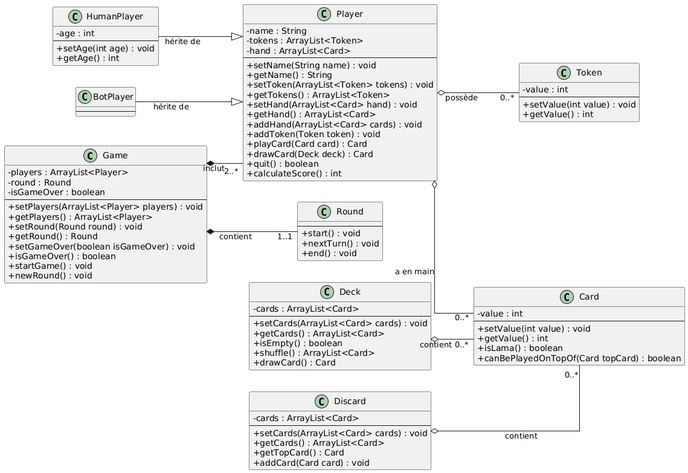
Earlier version of the PlantUML export my_uml.png (GeantCreeper/Mention-F). Source of this version:
```plantuml
@startuml
skinparam classAttributeIconSize 0
skinparam linetype ortho
left to right direction

class "Game" as Game {
  - players : ArrayList<Player>
  - round : Round
  - isGameOver : boolean
  --
  + setPlayers(ArrayList<Player> players) : void
  + getPlayers() : ArrayList<Player>
  + setRound(Round round) : void
  + getRound() : Round
  + setGameOver(boolean isGameOver) : void
  + isGameOver() : boolean
  + startGame() : void
  + newRound() : void
}

class "Player" as Player {
  - name : String
  - tokens : ArrayList<Token>
  - hand : ArrayList<Card>
  --
  + setName(String name) : void
  + getName() : String
  + setToken(ArrayList<Token> tokens) : void
  + getTokens() : ArrayList<Token>
  + setHand(ArrayList<Card> hand) : void
  + getHand() : ArrayList<Card>
  + addHand(ArrayList<Card> cards) : void
  + addToken(Token token) : void
  + playCard(Card card) : Card
  + drawCard(Deck deck) : Card
  + quit() : boolean
  + calculateScore() : int
}

class "Round" as Round {
  --
  + start() : void
  + nextTurn() : void
  + end() : void
}

class "HumanPlayer" as HumanPlayer {
  - age : int
  --
  + setAge(int age) : void
  + getAge() : int
}

class "BotPlayer" as BotPlayer {
  --
}

class "Card" as Card {
  - value : int
  --
  + setValue(int value) : void
  + getValue() : int
  + isLama() : boolean
  + canBePlayedOnTopOf(Card topCard) : boolean
}

class "Deck" as Deck {
  - cards : ArrayList<Card>
  --
  + setCards(ArrayList<Card> cards) : void
  + getCards() : ArrayList<Card>
  + isEmpty() : boolean
  + shuffle() : ArrayList<Card>
  + drawCard() : Card
}

class "Discard" as Discard {
  - cards : ArrayList<Card>
  --
  + setCards(ArrayList<Card> cards) : void
  + getCards() : ArrayList<Card>
  + getTopCard() : Card
  + addCard(Card card) : void
}

class "Token" as Token {
  - value : int
  --
  + setValue(int value) : void
  + getValue() : int
}


HumanPlayer --|> Player : "hérite de"
BotPlayer --|> Player : "hérite de"

Game *-- "1..1" Round : "contient"
Game *-- "2..*" Player : "inclut"

Player o-- "0..*" Card : "a en main"
Player o-- "0..*" Token : "possède"
Deck o-- "0..*" Card : "contient"
Discard o-- "0..*" Card : "contient"
@enduml
```
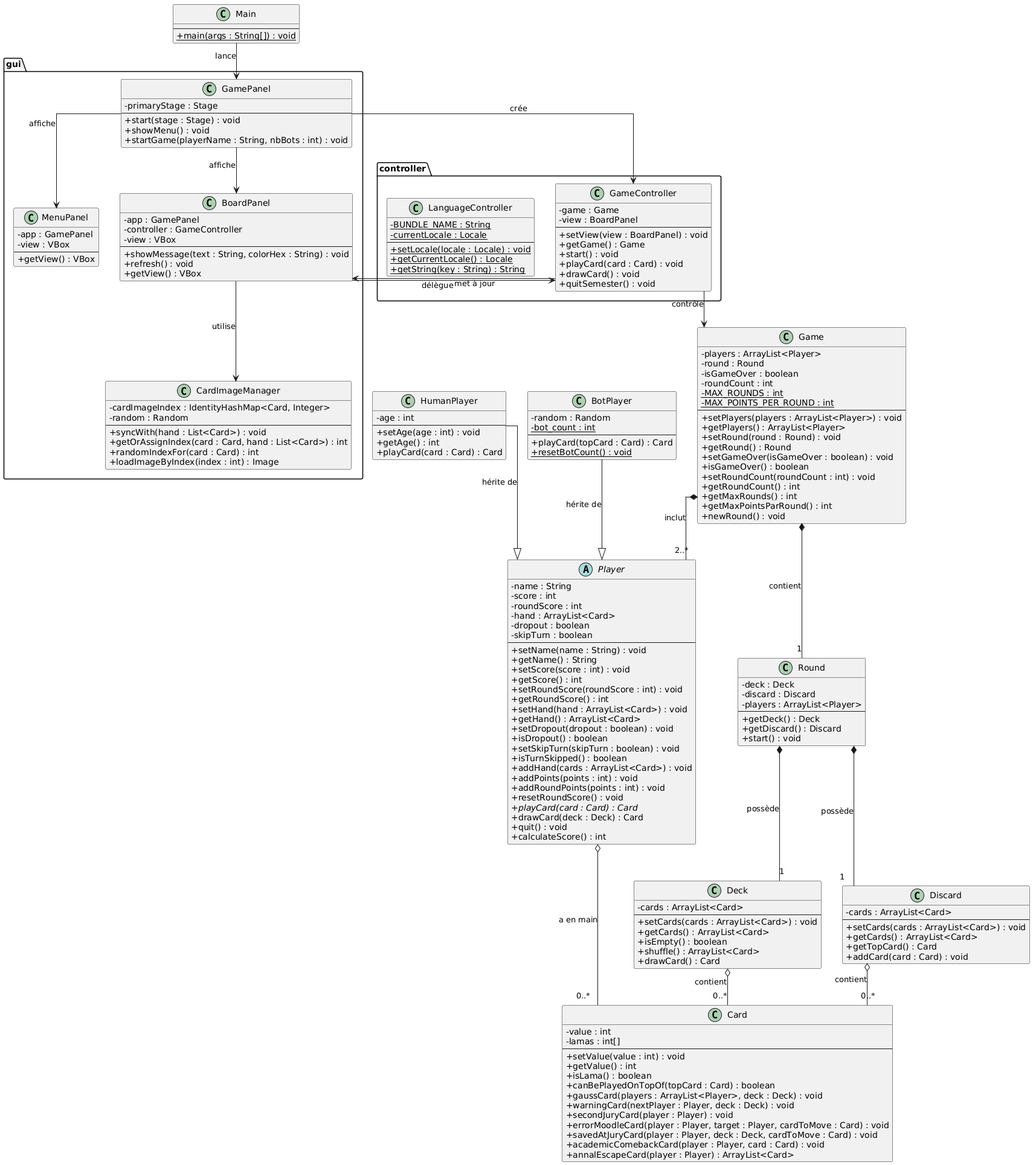
After the change.

Diff of the diagram source:
```diff
@@ -1,73 +1,106 @@
 @startuml
 skinparam classAttributeIconSize 0
 skinparam linetype ortho
-left to right direction
+top to bottom direction
+
+abstract class "Player" as Player {
+  - name : String
+  - score : int
+  - roundScore : int
+  - hand : ArrayList<Card>
+  - dropout : boolean
+  - skipTurn : boolean
+  --
+  + setName(name : String) : void
+  + getName() : String
+  + setScore(score : int) : void
+  + getScore() : int
+  + setRoundScore(roundScore : int) : void
+  + getRoundScore() : int
+  + setHand(hand : ArrayList<Card>) : void
+  + getHand() : ArrayList<Card>
+  + setDropout(dropout : boolean) : void
+  + isDropout() : boolean
+  + setSkipTurn(skipTurn : boolean) : void
+  + isTurnSkipped() : boolean
+  + addHand(cards : ArrayList<Card>) : void
+  + addPoints(points : int) : void
+  + addRoundPoints(points : int) : void
+  + resetRoundScore() : void
+  + {abstract} playCard(card : Card) : Card
+  + drawCard(deck : Deck) : Card
+  + quit() : void
+  + calculateScore() : int
+}
+
+class "HumanPlayer" as HumanPlayer {
+  - age : int
+  --
+  + setAge(age : int) : void
+  + getAge() : int
+  + playCard(card : Card) : Card
+}
+
+class "BotPlayer" as BotPlayer {
+  - random : Random
+  - {static} bot_count : int
+  --
+  + playCard(topCard : Card) : Card
+  + {static} resetBotCount() : void
+}
 
 class "Game" as Game {
   - players : ArrayList<Player>
   - round : Round
   - isGameOver : boolean
+  - roundCount : int
+  - {static} MAX_ROUNDS : int
+  - {static} MAX_POINTS_PER_ROUND : int
   --
-  + setPlayers(ArrayList<Player> players) : void
+  + setPlayers(players : ArrayList<Player>) : void
   + getPlayers() : ArrayList<Player>
-  + setRound(Round round) : void
+  + setRound(round : Round) : void
   + getRound() : Round
-  + setGameOver(boolean isGameOver) : void
+  + setGameOver(isGameOver : boolean) : void
   + isGameOver() : boolean
-  + startGame() : void
+  + setRoundCount(roundCount : int) : void
+  + getRoundCount() : int
+  + getMaxRounds() : int
+  + getMaxPointsParRound() : int
   + newRound() : void
 }
 
-class "Player" as Player {
-  - name : String
-  - tokens : ArrayList<Token>
-  - hand : ArrayList<Card>
+class "Round" as Round {
+  - deck : Deck
+  - discard : Discard
+  - players : ArrayList<Player>
   --
-  + setName(String name) : void
-  + getName() : String
-  + setToken(ArrayList<Token> tokens) : void
-  + getTokens() : ArrayList<Token>
-  + setHand(ArrayList<Card> hand) : void
-  + getHand() : ArrayList<Card>
-  + addHand(ArrayList<Card> cards) : void
-  + addToken(Token token) : void
-  + playCard(Card card) : Card
-  + drawCard(Deck deck) : Card
-  + quit() : boolean
-  + calculateScore() : int
-}
-
-class "Round" as Round {
-  --
+  + getDeck() : Deck
+  + getDiscard() : Discard
   + start() : void
-  + nextTurn() : void
-  + end() : void
-}
-
-class "HumanPlayer" as HumanPlayer {
-  - age : int
-  --
-  + setAge(int age) : void
-  + getAge() : int
-}
-
-class "BotPlayer" as BotPlayer {
-  --
 }
 
 class "Card" as Card {
   - value : int
+  - lamas : int[]
   --
-  + setValue(int value) : void
+  + setValue(value : int) : void
   + getValue() : int
   + isLama() : boolean
-  + canBePlayedOnTopOf(Card topCard) : boolean
+  + canBePlayedOnTopOf(topCard : Card) : boolean
+  + gaussCard(players : ArrayList<Player>, deck : Deck) : void
+  + warningCard(nextPlayer : Player, deck : Deck) : void
+  + secondJuryCard(player : Player) : void
+  + errorMoodleCard(player : Player, target : Player, cardToMove : Card) : void
+  + savedAtJuryCard(player : Player, deck : Deck, cardToMove : Card) : void
+  + academicComebackCard(player : Player, card : Card) : void
+  + annalEscapeCard(player : Player) : ArrayList<Card>
 }
 
 class "Deck" as Deck {
   - cards : ArrayList<Card>
   --
-  + setCards(ArrayList<Card> cards) : void
+  + setCards(cards : ArrayList<Card>) : void
   + getCards() : ArrayList<Card>
   + isEmpty() : boolean
   + shuffle() : ArrayList<Card>
@@ -77,28 +110,100 @@
 class "Discard" as Discard {
   - cards : ArrayList<Card>
   --
-  + setCards(ArrayList<Card> cards) : void
+  + setCards(cards : ArrayList<Card>) : void
   + getCards() : ArrayList<Card>
   + getTopCard() : Card
-  + addCard(Card card) : void
+  + addCard(card : Card) : void
 }
 
-class "Token" as Token {
-  - value : int
+package "controller" {
+  class "GameController" as GameController {
+    - game : Game
+    - view : BoardPanel
+    --
+    + setView(view : BoardPanel) : void
+    + getGame() : Game
+    + start() : void
+    + playCard(card : Card) : void
+    + drawCard() : void
+    + quitSemester() : void
+  }
+
+  class "LanguageController" as LanguageController {
+    - {static} BUNDLE_NAME : String
+    - {static} currentLocale : Locale
+    --
+    + {static} setLocale(locale : Locale) : void
+    + {static} getCurrentLocale() : Locale
+    + {static} getString(key : String) : String
+  }
+}
+
+package "gui" {
+  class "GamePanel" as GamePanel {
+    - primaryStage : Stage
+    --
+    + start(stage : Stage) : void
+    + showMenu() : void
+    + startGame(playerName : String, nbBots : int) : void
+  }
+
+  class "MenuPanel" as MenuPanel {
+    - app : GamePanel
+    - view : VBox
+    --
+    + getView() : VBox
+  }
+
+  class "BoardPanel" as BoardPanel {
+    - app : GamePanel
+    - controller : GameController
+    - view : VBox
+    --
+    + showMessage(text : String, colorHex : String) : void
+    + refresh() : void
+    + getView() : VBox
+  }
+
+  class "CardImageManager" as CardImageManager {
+    - cardImageIndex : IdentityHashMap<Card, Integer>
+    - random : Random
+    --
+    + syncWith(hand : List<Card>) : void
+    + getOrAssignIndex(card : Card, hand : List<Card>) : int
+    + randomIndexFor(card : Card) : int
+    + loadImageByIndex(index : int) : Image
+  }
+}
+
+class "Main" as Main {
   --
-  + setValue(int value) : void
-  + getValue() : int
+  + {static} main(args : String[]) : void
 }
 
 
-HumanPlayer --|> Player : "hérite de"
-BotPlayer --|> Player : "hérite de"
+HumanPlayer --|> Player : hérite de
+BotPlayer --|> Player : hérite de
 
-Game *-- "1..1" Round : "contient"
-Game *-- "2..*" Player : "inclut"
+Game *-- "1" Round : contient
+Game *-- "2..*" Player : inclut
 
-Player o-- "0..*" Card : "a en main"
-Player o-- "0..*" Token : "possède"
-Deck o-- "0..*" Card : "contient"
-Discard o-- "0..*" Card : "contient"
+Round *-- "1" Deck : possède
+Round *-- "1" Discard : possède
+
+Player o-- "0..*" Card : a en main
+
+Deck o-- "0..*" Card : contient
+Discard o-- "0..*" Card : contient
+
+GameController --> Game : contrôle
+GameController --> BoardPanel : met à jour
+
+GamePanel --> MenuPanel : affiche
+GamePanel --> BoardPanel : affiche
+GamePanel --> GameController : crée
+BoardPanel --> GameController : délègue
+BoardPanel --> CardImageManager : utilise
+
+Main --> GamePanel : lance
 @enduml
```
